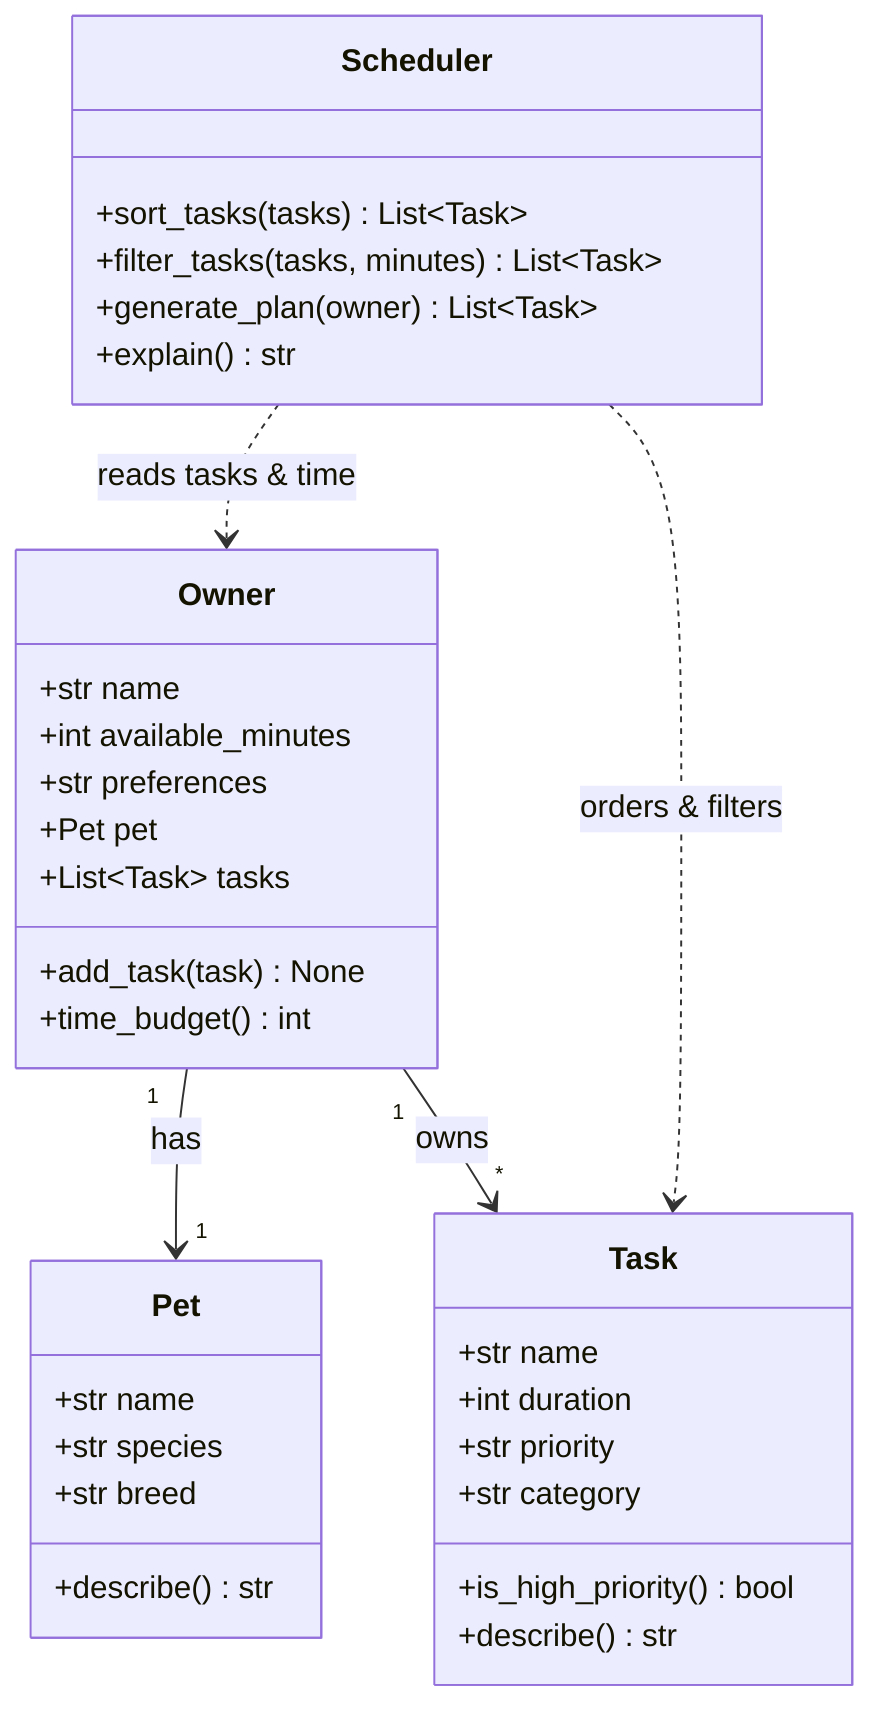
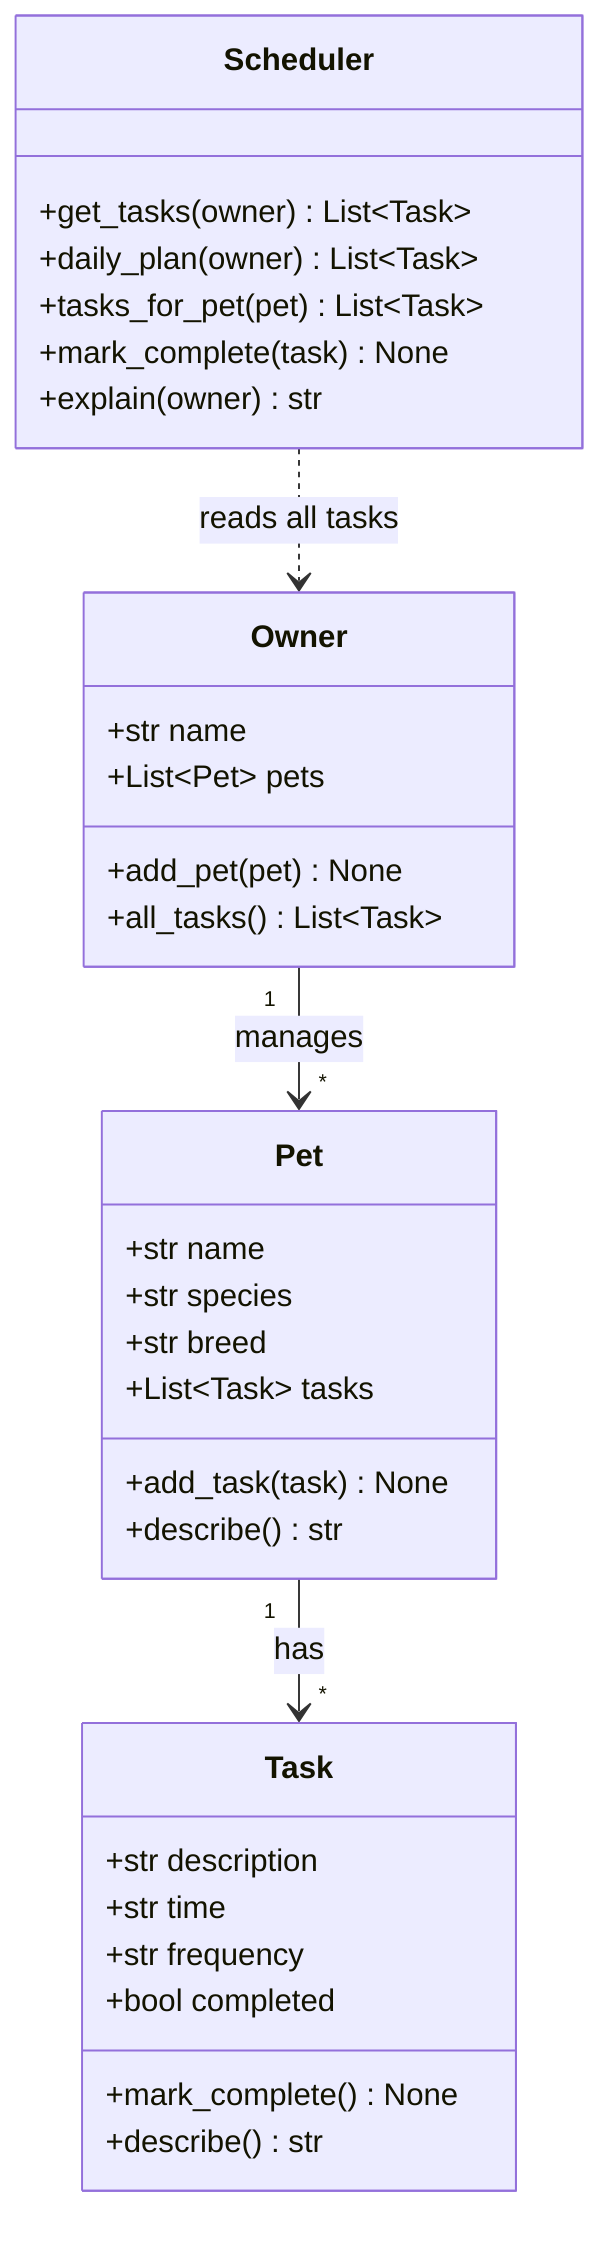
classDiagram
    %% PawPal+ class diagram (working draft — update in Phase 6 to match implementation)
+ 
+     class Task {
+         +str description
+         +str time
+         +str frequency
+         +bool completed
+         +mark_complete() None
+         +describe() str
+     }

    class Pet {
        +str name
        +str species
        +str breed
+         +List~Task~ tasks
+         +add_task(task) None
        +describe() str
    }

    class Owner {
        +str name
-         +int available_minutes
-         +str preferences
-         +Pet pet
-         +List~Task~ tasks
-         +add_task(task) None
-         +time_budget() int
-     }
- 
-     class Task {
-         +str name
-         +int duration
-         +str priority
-         +str category
-         +is_high_priority() bool
-         +describe() str
+         +List~Pet~ pets
+         +add_pet(pet) None
+         +all_tasks() List~Task~
    }

    class Scheduler {
-         +sort_tasks(tasks) List~Task~
-         +filter_tasks(tasks, minutes) List~Task~
-         +generate_plan(owner) List~Task~
-         +explain() str
+         +get_tasks(owner) List~Task~
+         +daily_plan(owner) List~Task~
+         +tasks_for_pet(pet) List~Task~
+         +mark_complete(task) None
+         +explain(owner) str
    }

-     Owner "1" --> "1" Pet : has
-     Owner "1" --> "*" Task : owns
-     Scheduler ..> Owner : reads tasks & time
-     Scheduler ..> Task : orders & filters
+     Owner "1" --> "*" Pet : manages
+     Pet "1" --> "*" Task : has
+     Scheduler ..> Owner : reads all tasks
